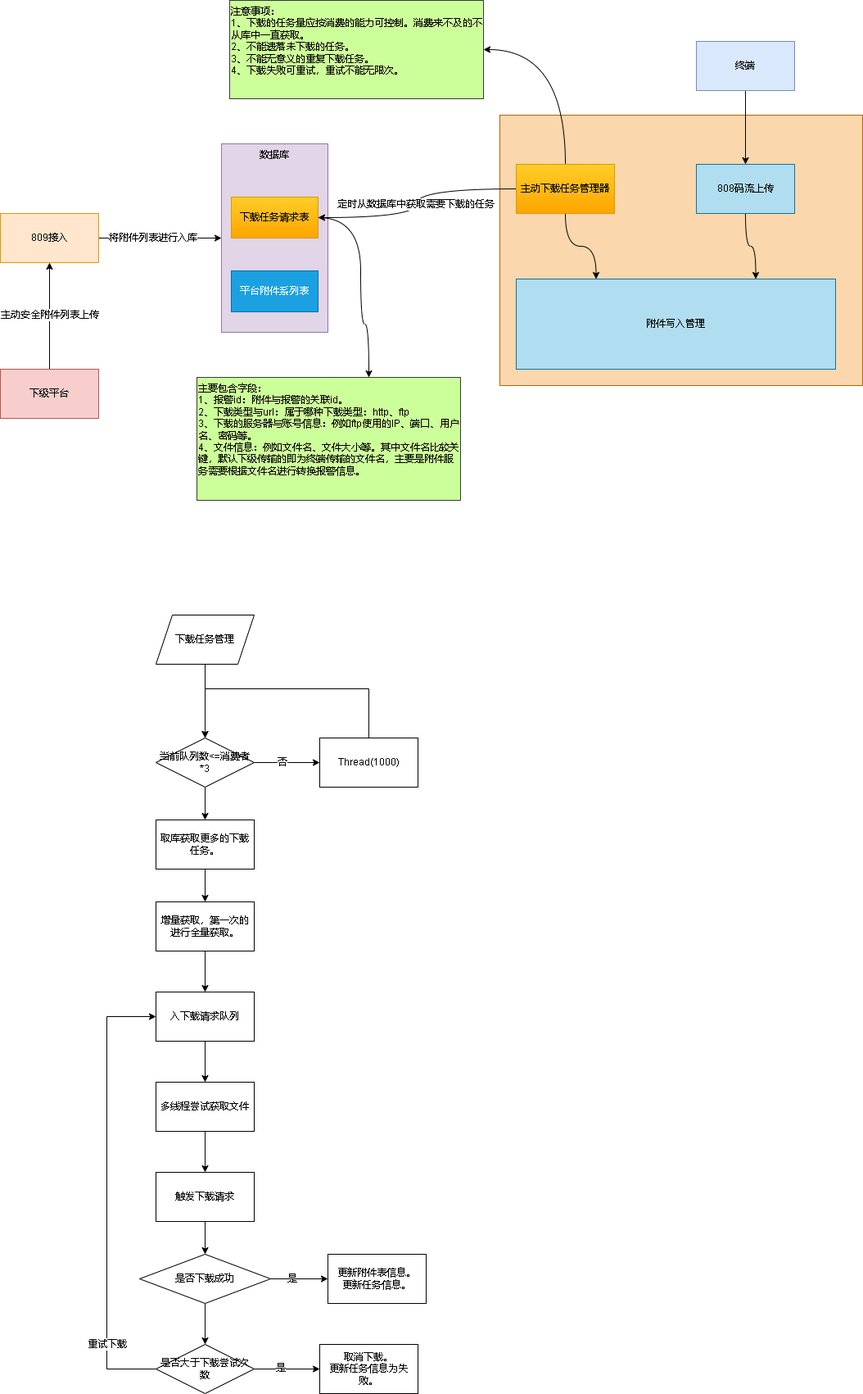
xktder/draw keeps this draw.io diagram as 809上传附件列表支持下载.drawio.png. Above is the earlier version. Source tidied: cells renumbered, new cells last; positions are measured from the earlier drawing's top-left corner, leaving out a move shared by most shapes.
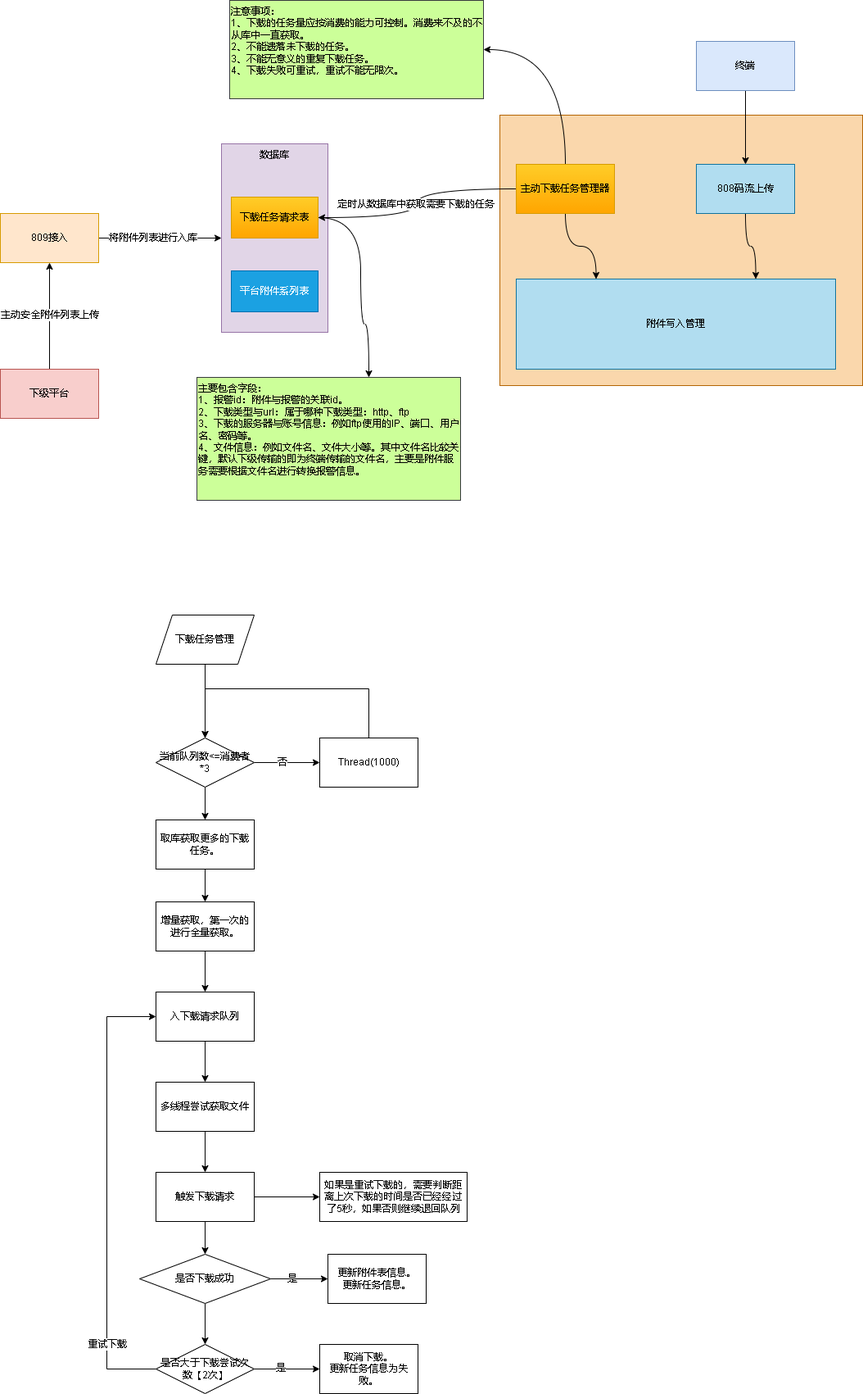
Later version of the same file.

Commit message:
更新809上传附件列表支持下载.drawio.png

The edit, as a diff of the source:
```diff
@@ -139,6 +139,9 @@
     <mxCell id="41" style="edgeStyle=orthogonalEdgeStyle;rounded=0;jettySize=auto;html=1;" parent="1" edge="1" source="42" target="46">
       <mxGeometry relative="1" as="geometry" />
     </mxCell>
+    <mxCell id="54" style="edgeStyle=orthogonalEdgeStyle;rounded=0;jettySize=auto;html=1;" parent="1" edge="1" source="42" target="55">
+      <mxGeometry relative="1" as="geometry" />
+    </mxCell>
     <mxCell id="42" value="触发下载请求" style="whiteSpace=wrap;html=1;" parent="1" vertex="1">
       <mxGeometry x="190" y="1430" width="120" height="60" as="geometry" />
     </mxCell>
@@ -173,7 +176,7 @@
         <mxPoint x="-16" y="-31" as="offset" />
       </mxGeometry>
     </mxCell>
-    <mxCell id="51" value="是否大于下载尝试次数" style="whiteSpace=wrap;html=1;shape=rhombus;perimeter=rhombusPerimeter;" parent="1" vertex="1">
+    <mxCell id="51" value="是否大于下载尝试次数【2次】" style="whiteSpace=wrap;html=1;shape=rhombus;perimeter=rhombusPerimeter;" parent="1" vertex="1">
       <mxGeometry x="190" y="1640" width="120" height="60" as="geometry" />
     </mxCell>
     <mxCell id="52" value="更新附件表信息。&lt;br&gt;更新任务信息。" style="whiteSpace=wrap;html=1;" parent="1" vertex="1">
@@ -182,5 +185,8 @@
     <mxCell id="53" value="取消下载。&lt;br&gt;更新任务信息为失败。" style="whiteSpace=wrap;html=1;" parent="1" vertex="1">
       <mxGeometry x="390" y="1640" width="120" height="60" as="geometry" />
     </mxCell>
+    <mxCell id="55" value="如果是重试下载的，需要判断距离上次下载的时间是否已经经过了5秒，如果否则继续退回队列" style="whiteSpace=wrap;html=1;" parent="1" vertex="1">
+      <mxGeometry x="390" y="1430" width="180" height="60" as="geometry" />
+    </mxCell>
   </root>
 </mxGraphModel>
```
